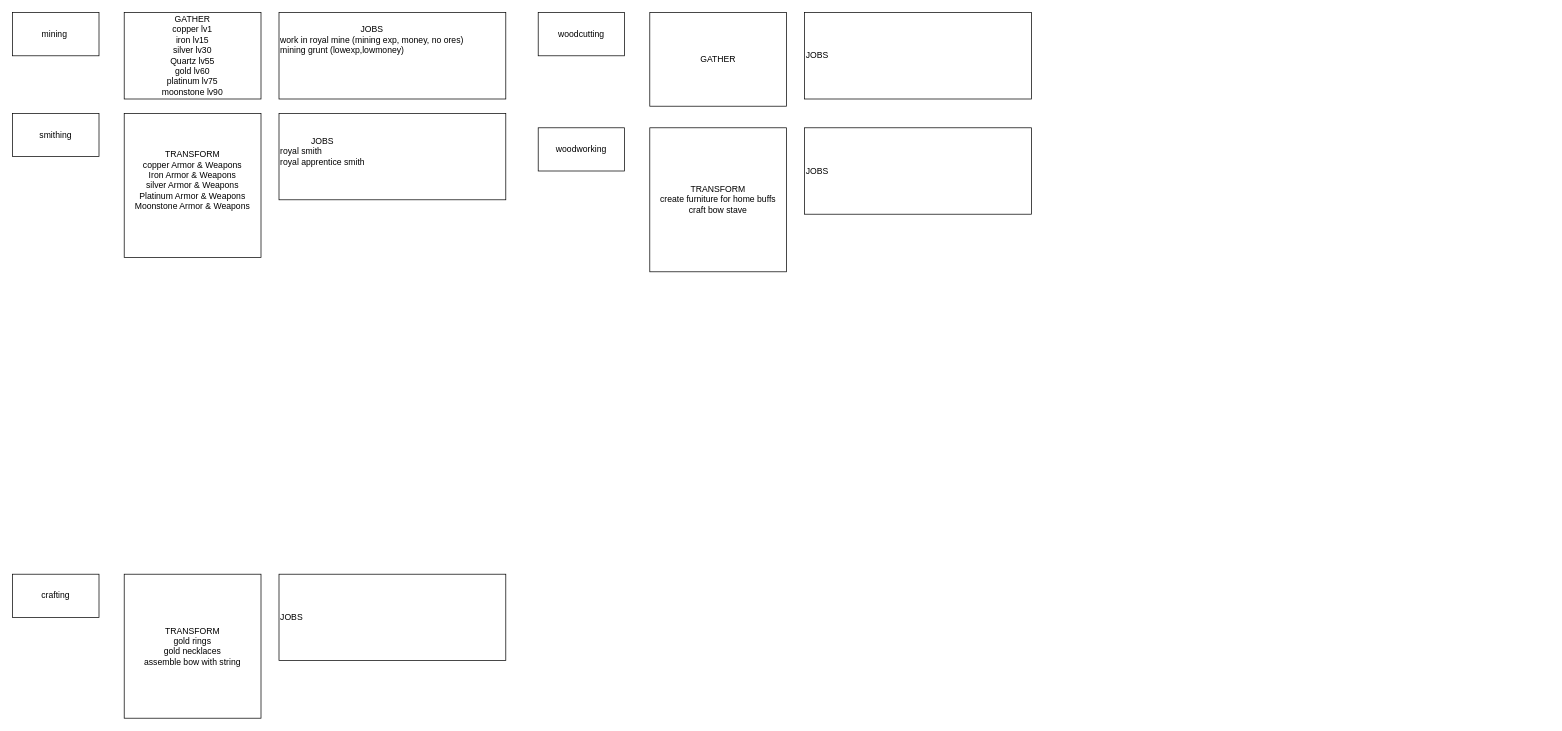
moonwellfrontenddev/drawio_game_graph keeps this draw.io diagram as Untitled Diagram.drawio. Above is the earlier version. Source tidied: cells renumbered, new cells numbered last; positions are measured from the earlier drawing's top-left corner, leaving out a move shared by most shapes. Both pictures are drawn from the tidied source at 72%, with x=0, y=0 at pixel (12, 12).
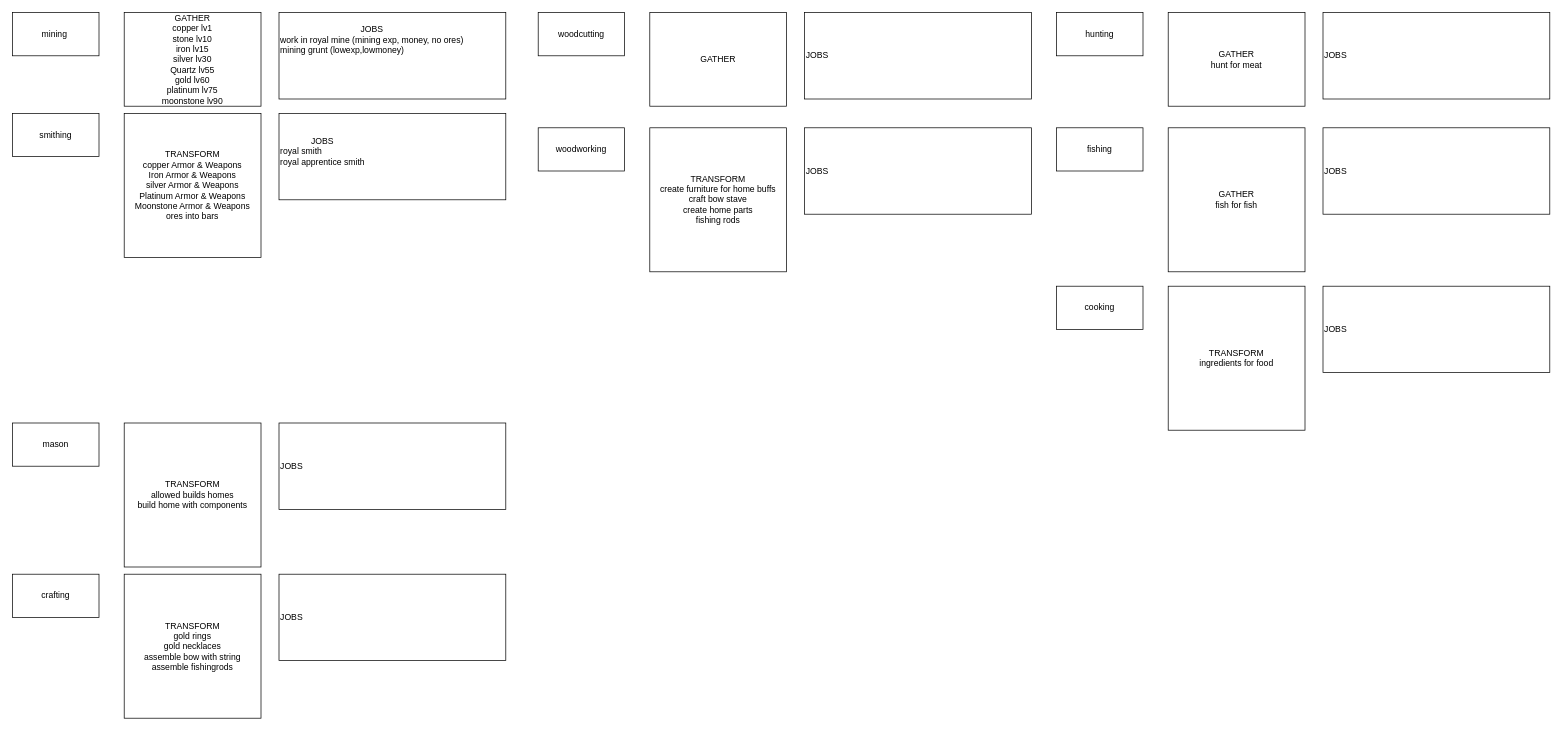
After the change.

The edit, as a diff of the source:
```diff
@@
-    <mxCell id="4" value="&lt;div&gt;GATHER&lt;/div&gt;&lt;div&gt;copper lv1&lt;/div&gt;&lt;div&gt;iron lv15&lt;/div&gt;&lt;div&gt;silver lv30&lt;/div&gt;&lt;div&gt;Quartz lv55&lt;/div&gt;&lt;div&gt;gold lv60&lt;/div&gt;&lt;div&gt;platinum lv75&lt;/div&gt;&lt;div&gt;moonstone lv90&lt;/div&gt;" style="rounded=0;whiteSpace=wrap;html=1;" parent="1" vertex="1">
-      <mxGeometry x="155" width="190" height="120" as="geometry" />
+    <mxCell id="4" value="&lt;div&gt;GATHER&lt;/div&gt;&lt;div&gt;copper lv1&lt;/div&gt;&lt;div&gt;stone lv10&lt;/div&gt;&lt;div&gt;iron lv15&lt;/div&gt;&lt;div&gt;silver lv30&lt;/div&gt;&lt;div&gt;Quartz lv55&lt;/div&gt;&lt;div&gt;gold lv60&lt;/div&gt;&lt;div&gt;platinum lv75&lt;/div&gt;&lt;div&gt;moonstone lv90&lt;/div&gt;" style="rounded=0;whiteSpace=wrap;html=1;" parent="1" vertex="1">
+      <mxGeometry x="155" width="190" height="130" as="geometry" />
     </mxCell>
@@
-    <mxCell id="6" value="&lt;div&gt;TRANSFORM&lt;/div&gt;&lt;div&gt;copper Armor &amp;amp; Weapons&lt;/div&gt;&lt;div&gt;Iron Armor &amp;amp; Weapons&lt;/div&gt;&lt;div&gt;silver Armor &amp;amp; Weapons&lt;/div&gt;&lt;div&gt;&lt;div&gt;Platinum Armor &amp;amp; Weapons&lt;/div&gt;&lt;div&gt;Moonstone Armor &amp;amp; Weapons&lt;/div&gt;&lt;br&gt;&lt;/div&gt;" style="rounded=0;whiteSpace=wrap;html=1;" parent="1" vertex="1">
+    <mxCell id="6" value="&lt;div&gt;TRANSFORM&lt;/div&gt;&lt;div&gt;copper Armor &amp;amp; Weapons&lt;/div&gt;&lt;div&gt;Iron Armor &amp;amp; Weapons&lt;/div&gt;&lt;div&gt;silver Armor &amp;amp; Weapons&lt;/div&gt;&lt;div&gt;&lt;div&gt;Platinum Armor &amp;amp; Weapons&lt;/div&gt;&lt;div&gt;Moonstone Armor &amp;amp; Weapons&lt;/div&gt;ores into bars&lt;/div&gt;" style="rounded=0;whiteSpace=wrap;html=1;" parent="1" vertex="1">
       <mxGeometry x="155" y="140" width="190" height="200" as="geometry" />
     </mxCell>
@@
-    <mxCell id="12" value="&lt;div&gt;TRANSFORM&lt;/div&gt;&lt;div&gt;create furniture for home buffs&lt;/div&gt;&lt;div&gt;craft bow stave&lt;/div&gt;" style="rounded=0;whiteSpace=wrap;html=1;" parent="1" vertex="1">
+    <mxCell id="12" value="&lt;div&gt;TRANSFORM&lt;/div&gt;&lt;div&gt;create furniture for home buffs&lt;/div&gt;&lt;div&gt;craft bow stave&lt;/div&gt;&lt;div&gt;create home parts&lt;/div&gt;&lt;div&gt;fishing rods&lt;/div&gt;" style="rounded=0;whiteSpace=wrap;html=1;" parent="1" vertex="1">
       <mxGeometry x="885" y="160" width="190" height="200" as="geometry" />
     </mxCell>
@@
-    <mxCell id="15" value="&lt;div&gt;TRANSFORM&lt;/div&gt;&lt;div&gt;gold rings&lt;/div&gt;&lt;div&gt;gold necklaces&lt;/div&gt;&lt;div&gt;assemble bow with string&lt;/div&gt;" style="rounded=0;whiteSpace=wrap;html=1;" parent="1" vertex="1">
+    <mxCell id="15" value="&lt;div&gt;TRANSFORM&lt;/div&gt;&lt;div&gt;gold rings&lt;/div&gt;&lt;div&gt;gold necklaces&lt;/div&gt;&lt;div&gt;assemble bow with string&lt;/div&gt;&lt;div&gt;assemble fishingrods&lt;/div&gt;" style="rounded=0;whiteSpace=wrap;html=1;" parent="1" vertex="1">
       <mxGeometry x="155" y="780" width="190" height="200" as="geometry" />
     </mxCell>
@@
+    <mxCell id="17" value="mason" style="rounded=0;whiteSpace=wrap;html=1;" parent="1" vertex="1">
+      <mxGeometry y="570" width="120" height="60" as="geometry" />
+    </mxCell>
+    <mxCell id="18" value="&lt;div&gt;TRANSFORM&lt;/div&gt;&lt;div&gt;allowed builds homes&lt;/div&gt;&lt;div&gt;build home with components&lt;/div&gt;" style="rounded=0;whiteSpace=wrap;html=1;" parent="1" vertex="1">
+      <mxGeometry x="155" y="570" width="190" height="200" as="geometry" />
+    </mxCell>
+    <mxCell id="19" value="JOBS" style="rounded=0;whiteSpace=wrap;html=1;align=left;gradientColor=none;" parent="1" vertex="1">
+      <mxGeometry x="370" y="570" width="315" height="120" as="geometry" />
+    </mxCell>
+    <mxCell id="20" value="hunting" style="rounded=0;whiteSpace=wrap;html=1;" parent="1" vertex="1">
+      <mxGeometry x="1450" width="120" height="60" as="geometry" />
+    </mxCell>
+    <mxCell id="21" value="&lt;div&gt;GATHER&lt;/div&gt;hunt for meat" style="rounded=0;whiteSpace=wrap;html=1;" parent="1" vertex="1">
+      <mxGeometry x="1605" width="190" height="130" as="geometry" />
+    </mxCell>
+    <mxCell id="22" value="JOBS" style="rounded=0;whiteSpace=wrap;html=1;align=left;gradientColor=none;" parent="1" vertex="1">
+      <mxGeometry x="1820" width="315" height="120" as="geometry" />
+    </mxCell>
+    <mxCell id="23" value="fishing" style="rounded=0;whiteSpace=wrap;html=1;" parent="1" vertex="1">
+      <mxGeometry x="1450" y="160" width="120" height="60" as="geometry" />
+    </mxCell>
+    <mxCell id="24" value="&lt;div&gt;GATHER&lt;/div&gt;&lt;div&gt;fish for fish&lt;/div&gt;" style="rounded=0;whiteSpace=wrap;html=1;" parent="1" vertex="1">
+      <mxGeometry x="1605" y="160" width="190" height="200" as="geometry" />
+    </mxCell>
+    <mxCell id="25" value="JOBS&lt;span style=&quot;white-space: pre;&quot;&gt;&#9;&lt;/span&gt;" style="rounded=0;whiteSpace=wrap;html=1;align=left;gradientColor=none;" parent="1" vertex="1">
+      <mxGeometry x="1820" y="160" width="315" height="120" as="geometry" />
+    </mxCell>
+    <mxCell id="26" value="cooking" style="rounded=0;whiteSpace=wrap;html=1;" parent="1" vertex="1">
+      <mxGeometry x="1450" y="380" width="120" height="60" as="geometry" />
+    </mxCell>
+    <mxCell id="27" value="&lt;div&gt;TRANSFORM&lt;/div&gt;&lt;div&gt;ingredients for food&lt;/div&gt;" style="rounded=0;whiteSpace=wrap;html=1;" parent="1" vertex="1">
+      <mxGeometry x="1605" y="380" width="190" height="200" as="geometry" />
+    </mxCell>
+    <mxCell id="28" value="JOBS&lt;span style=&quot;white-space: pre;&quot;&gt;&#9;&lt;/span&gt;" style="rounded=0;whiteSpace=wrap;html=1;align=left;gradientColor=none;" parent="1" vertex="1">
+      <mxGeometry x="1820" y="380" width="315" height="120" as="geometry" />
+    </mxCell>
```
